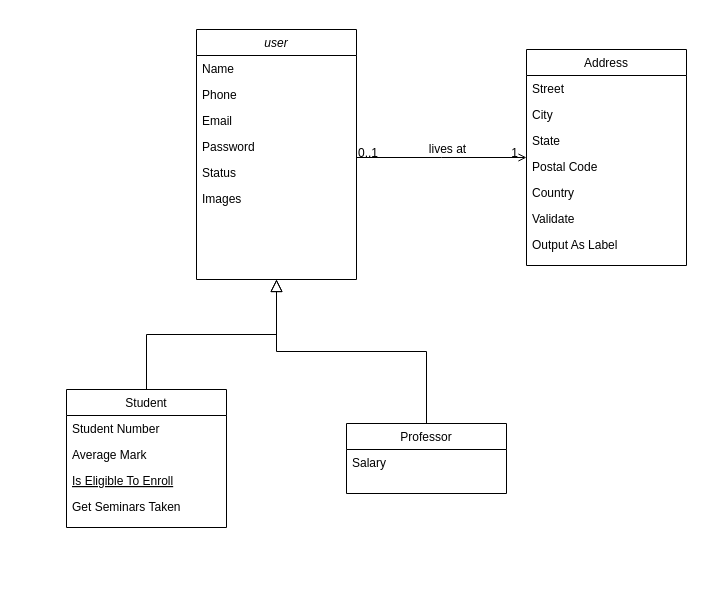
Earlier version of the draw.io diagram Untitled Diagram.drawio (coder-nguoi-tay/admin_tien). Source tidied: cells renumbered, new cells numbered last; positions are measured from the earlier drawing's top-left corner, leaving out a move shared by most shapes. Both pictures are drawn from the tidied source at 100%, with x=0, y=0 at pixel (66, 29).
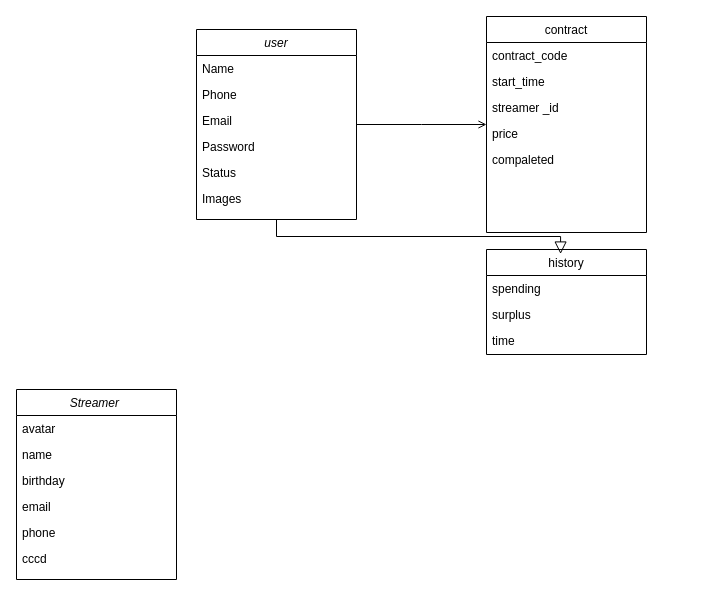
The same page after the edit.

The change refers to these unchanged cells:
```xml
<mxCell id="26" style="endArrow=open;shadow=0;strokeWidth=1;rounded=0;endFill=1;edgeStyle=elbowEdgeStyle;elbow=vertical;" parent="1" edge="1" source="2" target="18">
  <mxGeometry x="0.5" y="41" relative="1" as="geometry">
    <mxPoint x="-40" y="32" as="offset" />
  </mxGeometry>
</mxCell>
```

Change to the diagram source:
```diff
@@
     <mxCell id="2" value="user" style="swimlane;fontStyle=2;align=center;verticalAlign=top;horizontal=1;startSize=26;rounded=0;shadow=0;strokeWidth=1;" parent="1" vertex="1">
-      <mxGeometry x="130" width="160" height="250" as="geometry" />
+      <mxGeometry x="130" width="160" height="190" as="geometry" />
     </mxCell>
@@
-    <mxCell id="9" value="Student" style="swimlane;fontStyle=0;align=center;verticalAlign=top;horizontal=1;startSize=26;rounded=0;shadow=0;strokeWidth=1;" parent="1" vertex="1">
-      <mxGeometry y="360" width="160" height="138" as="geometry" />
-    </mxCell>
-    <mxCell id="10" value="Student Number" style="text;align=left;verticalAlign=top;spacingLeft=4;spacingRight=4;overflow=hidden;" parent="9" vertex="1">
-      <mxGeometry y="26" width="160" height="26" as="geometry" />
-    </mxCell>
-    <mxCell id="11" value="Average Mark" style="text;align=left;verticalAlign=top;spacingLeft=4;spacingRight=4;overflow=hidden;rounded=0;shadow=0;html=0;" parent="9" vertex="1">
-      <mxGeometry y="52" width="160" height="26" as="geometry" />
-    </mxCell>
-    <mxCell id="12" value="Is Eligible To Enroll" style="text;align=left;verticalAlign=top;spacingLeft=4;spacingRight=4;overflow=hidden;fontStyle=4;" parent="9" vertex="1">
-      <mxGeometry y="78" width="160" height="26" as="geometry" />
-    </mxCell>
-    <mxCell id="13" value="Get Seminars Taken" style="text;align=left;verticalAlign=top;spacingLeft=4;spacingRight=4;overflow=hidden;" parent="9" vertex="1">
-      <mxGeometry y="104" width="160" height="26" as="geometry" />
-    </mxCell>
-    <mxCell id="14" style="endArrow=block;endSize=10;endFill=0;shadow=0;strokeWidth=1;rounded=0;edgeStyle=elbowEdgeStyle;elbow=vertical;" parent="1" edge="1" source="9" target="2">
-      <mxGeometry relative="1" as="geometry" />
-    </mxCell>
-    <mxCell id="15" value="Professor" style="swimlane;fontStyle=0;align=center;verticalAlign=top;horizontal=1;startSize=26;rounded=0;shadow=0;strokeWidth=1;" parent="1" vertex="1">
-      <mxGeometry x="280" y="394" width="160" height="70" as="geometry" />
+    <mxCell id="15" value="history" style="swimlane;fontStyle=0;align=center;verticalAlign=top;horizontal=1;startSize=26;rounded=0;shadow=0;strokeWidth=1;" parent="1" vertex="1">
+      <mxGeometry x="420" y="220" width="160" height="105" as="geometry" />
     </mxCell>
+    <mxCell id="30" value="spending" style="text;align=left;verticalAlign=top;spacingLeft=4;spacingRight=4;overflow=hidden;" parent="15" vertex="1">
+      <mxGeometry y="26" width="160" height="26" as="geometry" />
+    </mxCell>
-    <mxCell id="16" value="Salary" style="text;align=left;verticalAlign=top;spacingLeft=4;spacingRight=4;overflow=hidden;" parent="15" vertex="1">
-      <mxGeometry y="26" width="160" height="26" as="geometry" />
+    <mxCell id="16" value="surplus" style="text;align=left;verticalAlign=top;spacingLeft=4;spacingRight=4;overflow=hidden;" parent="15" vertex="1">
+      <mxGeometry y="52" width="160" height="26" as="geometry" />
     </mxCell>
+    <mxCell id="31" value="time" style="text;align=left;verticalAlign=top;spacingLeft=4;spacingRight=4;overflow=hidden;" parent="15" vertex="1">
+      <mxGeometry y="78" width="160" height="26" as="geometry" />
+    </mxCell>
-    <mxCell id="17" style="endArrow=block;endSize=10;endFill=0;shadow=0;strokeWidth=1;rounded=0;edgeStyle=elbowEdgeStyle;elbow=vertical;" parent="1" edge="1" source="15" target="2">
+    <mxCell id="17" style="endArrow=block;endSize=10;endFill=0;shadow=0;strokeWidth=1;rounded=0;edgeStyle=elbowEdgeStyle;elbow=vertical;entryX=0.463;entryY=0.043;entryDx=0;entryDy=0;entryPerimeter=0;exitX=0.5;exitY=1;exitDx=0;exitDy=0;" parent="1" edge="1" source="2" target="15">
       <mxGeometry relative="1" as="geometry" />
     </mxCell>
-    <mxCell id="18" value="Address" style="swimlane;fontStyle=0;align=center;verticalAlign=top;horizontal=1;startSize=26;rounded=0;shadow=0;strokeWidth=1;" parent="1" vertex="1">
-      <mxGeometry x="460" y="20" width="160" height="216" as="geometry" />
+    <mxCell id="18" value="contract" style="swimlane;fontStyle=0;align=center;verticalAlign=top;horizontal=1;startSize=26;rounded=0;shadow=0;strokeWidth=1;" parent="1" vertex="1">
+      <mxGeometry x="420" y="-13" width="160" height="216" as="geometry" />
     </mxCell>
-    <mxCell id="19" value="Street" style="text;align=left;verticalAlign=top;spacingLeft=4;spacingRight=4;overflow=hidden;" parent="18" vertex="1">
+    <mxCell id="19" value="contract_code" style="text;align=left;verticalAlign=top;spacingLeft=4;spacingRight=4;overflow=hidden;" parent="18" vertex="1">
       <mxGeometry y="26" width="160" height="26" as="geometry" />
     </mxCell>
-    <mxCell id="20" value="City" style="text;align=left;verticalAlign=top;spacingLeft=4;spacingRight=4;overflow=hidden;rounded=0;shadow=0;html=0;" parent="18" vertex="1">
+    <mxCell id="20" value="start_time" style="text;align=left;verticalAlign=top;spacingLeft=4;spacingRight=4;overflow=hidden;rounded=0;shadow=0;html=0;" parent="18" vertex="1">
       <mxGeometry y="52" width="160" height="26" as="geometry" />
     </mxCell>
-    <mxCell id="21" value="State" style="text;align=left;verticalAlign=top;spacingLeft=4;spacingRight=4;overflow=hidden;rounded=0;shadow=0;html=0;" parent="18" vertex="1">
+    <mxCell id="21" value="streamer _id" style="text;align=left;verticalAlign=top;spacingLeft=4;spacingRight=4;overflow=hidden;rounded=0;shadow=0;html=0;" parent="18" vertex="1">
       <mxGeometry y="78" width="160" height="26" as="geometry" />
     </mxCell>
-    <mxCell id="22" value="Postal Code" style="text;align=left;verticalAlign=top;spacingLeft=4;spacingRight=4;overflow=hidden;rounded=0;shadow=0;html=0;" parent="18" vertex="1">
+    <mxCell id="22" value="price" style="text;align=left;verticalAlign=top;spacingLeft=4;spacingRight=4;overflow=hidden;rounded=0;shadow=0;html=0;" parent="18" vertex="1">
       <mxGeometry y="104" width="160" height="26" as="geometry" />
     </mxCell>
-    <mxCell id="23" value="Country" style="text;align=left;verticalAlign=top;spacingLeft=4;spacingRight=4;overflow=hidden;rounded=0;shadow=0;html=0;" parent="18" vertex="1">
-      <mxGeometry y="130" width="160" height="26" as="geometry" />
-    </mxCell>
-    <mxCell id="24" value="Validate" style="text;align=left;verticalAlign=top;spacingLeft=4;spacingRight=4;overflow=hidden;" parent="18" vertex="1">
-      <mxGeometry y="156" width="160" height="26" as="geometry" />
-    </mxCell>
-    <mxCell id="25" value="Output As Label" style="text;align=left;verticalAlign=top;spacingLeft=4;spacingRight=4;overflow=hidden;" parent="18" vertex="1">
-      <mxGeometry y="182" width="160" height="26" as="geometry" />
-    </mxCell>
+    <mxCell id="32" value="compaleted" style="text;align=left;verticalAlign=top;spacingLeft=4;spacingRight=4;overflow=hidden;rounded=0;shadow=0;html=0;" parent="18" vertex="1">
+      <mxGeometry y="130" width="160" height="26" as="geometry" />
+    </mxCell>
@@
-    <mxCell id="27" value="0..1" style="align=left;verticalAlign=bottom;labelBackgroundColor=none;fontSize=12;" parent="26" vertex="1">
-      <mxGeometry x="-1" relative="1" as="geometry">
-        <mxPoint y="4" as="offset" />
-      </mxGeometry>
-    </mxCell>
-    <mxCell id="28" value="1" style="align=right;verticalAlign=bottom;labelBackgroundColor=none;fontSize=12;" parent="26" vertex="1">
-      <mxGeometry x="1" relative="1" as="geometry">
-        <mxPoint x="-7" y="4" as="offset" />
-      </mxGeometry>
-    </mxCell>
-    <mxCell id="29" value="lives at" style="text;html=1;align=center;verticalAlign=middle;labelBackgroundColor=none;rounded=0;shadow=0;strokeWidth=1;fontSize=12;" parent="26" vertex="1">
-      <mxGeometry x="0.5" y="49" relative="1" as="geometry">
-        <mxPoint x="-38" y="40" as="offset" />
-      </mxGeometry>
-    </mxCell>
+    <mxCell id="33" value="Streamer " style="swimlane;fontStyle=2;align=center;verticalAlign=top;horizontal=1;startSize=26;rounded=0;shadow=0;strokeWidth=1;" parent="1" vertex="1">
+      <mxGeometry x="-50" y="360" width="160" height="190" as="geometry" />
+    </mxCell>
+    <mxCell id="34" value="avatar" style="text;align=left;verticalAlign=top;spacingLeft=4;spacingRight=4;overflow=hidden;" parent="33" vertex="1">
+      <mxGeometry y="26" width="160" height="26" as="geometry" />
+    </mxCell>
+    <mxCell id="35" value="name" style="text;align=left;verticalAlign=top;spacingLeft=4;spacingRight=4;overflow=hidden;rounded=0;shadow=0;html=0;" parent="33" vertex="1">
+      <mxGeometry y="52" width="160" height="26" as="geometry" />
+    </mxCell>
+    <mxCell id="36" value="birthday" style="text;align=left;verticalAlign=top;spacingLeft=4;spacingRight=4;overflow=hidden;rounded=0;shadow=0;html=0;" parent="33" vertex="1">
+      <mxGeometry y="78" width="160" height="26" as="geometry" />
+    </mxCell>
+    <mxCell id="37" value="email" style="text;align=left;verticalAlign=top;spacingLeft=4;spacingRight=4;overflow=hidden;rounded=0;shadow=0;html=0;" parent="33" vertex="1">
+      <mxGeometry y="104" width="160" height="26" as="geometry" />
+    </mxCell>
+    <mxCell id="38" value="phone" style="text;align=left;verticalAlign=top;spacingLeft=4;spacingRight=4;overflow=hidden;rounded=0;shadow=0;html=0;" parent="33" vertex="1">
+      <mxGeometry y="130" width="160" height="26" as="geometry" />
+    </mxCell>
+    <mxCell id="39" value="cccd" style="text;align=left;verticalAlign=top;spacingLeft=4;spacingRight=4;overflow=hidden;rounded=0;shadow=0;html=0;" parent="33" vertex="1">
+      <mxGeometry y="156" width="160" height="26" as="geometry" />
+    </mxCell>
```
